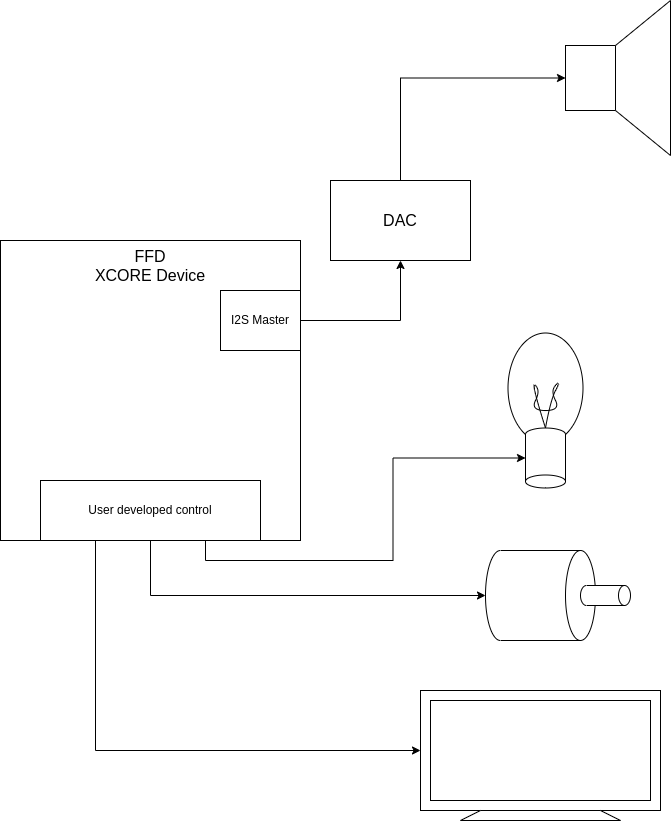
This is doc/programming_guide/ffd/diagrams/ffd_direct_control_diagram.drawio.png from xmos/sln_voice, a draw.io export, as it was before one commit. Source tidied: cells renumbered, new cells last; positions are measured from the earlier drawing's top-left corner, leaving out a move shared by most shapes. Source of this version:
```xml
<mxGraphModel>
  <root>
    <mxCell id="0" />
    <mxCell id="1" parent="0" />
    <mxCell id="2" style="ellipse;whiteSpace=wrap;html=1;rotation=90;" parent="1" vertex="1">
      <mxGeometry x="490" y="305" width="110" height="75" as="geometry" />
    </mxCell>
    <mxCell id="3" value="FFD&lt;br&gt;XCORE Device" style="whiteSpace=wrap;html=1;verticalAlign=top;fontSize=16;" parent="1" vertex="1">
      <mxGeometry y="195" width="300" height="300" as="geometry" />
    </mxCell>
    <mxCell id="4" style="edgeStyle=orthogonalEdgeStyle;rounded=0;jettySize=auto;html=1;exitX=0.5;exitY=0;exitDx=0;exitDy=0;entryX=0;entryY=0.5;entryDx=0;entryDy=0;fontSize=16;" parent="1" edge="1" source="5" target="6">
      <mxGeometry relative="1" as="geometry" />
    </mxCell>
    <mxCell id="5" value="DAC" style="rounded=0;whiteSpace=wrap;html=1;fontSize=16;" parent="1" vertex="1">
      <mxGeometry x="330" y="135" width="140" height="80" as="geometry" />
    </mxCell>
    <mxCell id="6" style="rounded=0;whiteSpace=wrap;html=1;fontSize=16;" parent="1" vertex="1">
      <mxGeometry x="565" width="50" height="65" as="geometry" />
    </mxCell>
    <mxCell id="7" style="shape=trapezoid;perimeter=trapezoidPerimeter;whiteSpace=wrap;html=1;fixedSize=1;fontSize=16;rotation=-90;size=45;" parent="1" vertex="1">
      <mxGeometry x="565" y="5" width="155" height="55" as="geometry" />
    </mxCell>
    <mxCell id="8" style="edgeStyle=orthogonalEdgeStyle;rounded=0;jettySize=auto;html=1;exitX=1;exitY=0.5;exitDx=0;exitDy=0;entryX=0.5;entryY=1;entryDx=0;entryDy=0;" parent="1" edge="1" source="9" target="5">
      <mxGeometry relative="1" as="geometry" />
    </mxCell>
    <mxCell id="9" value="I2S Master" style="rounded=0;whiteSpace=wrap;html=1;" parent="1" vertex="1">
      <mxGeometry x="220" y="245" width="80" height="60" as="geometry" />
    </mxCell>
    <mxCell id="10" style="edgeStyle=orthogonalEdgeStyle;rounded=0;jettySize=auto;html=1;exitX=0.75;exitY=1;exitDx=0;exitDy=0;entryX=1;entryY=0.5;entryDx=0;entryDy=0;entryPerimeter=0;endArrow=classic;endFill=1;strokeWidth=1;startArrow=none;startFill=0;" parent="1" edge="1" source="13" target="16">
      <mxGeometry relative="1" as="geometry" />
    </mxCell>
    <mxCell id="11" style="edgeStyle=orthogonalEdgeStyle;rounded=0;jettySize=auto;html=1;exitX=0.5;exitY=1;exitDx=0;exitDy=0;entryX=0.5;entryY=1;entryDx=0;entryDy=0;entryPerimeter=0;startArrow=none;startFill=0;endArrow=classic;endFill=1;strokeWidth=1;" parent="1" edge="1" source="13" target="14">
      <mxGeometry relative="1" as="geometry" />
    </mxCell>
    <mxCell id="12" style="edgeStyle=orthogonalEdgeStyle;rounded=0;jettySize=auto;html=1;exitX=0.25;exitY=1;exitDx=0;exitDy=0;entryX=0;entryY=0.5;entryDx=0;entryDy=0;startArrow=none;startFill=0;endArrow=classic;endFill=1;strokeWidth=1;" parent="1" edge="1" source="13" target="18">
      <mxGeometry relative="1" as="geometry" />
    </mxCell>
    <mxCell id="13" value="User developed control" style="rounded=0;whiteSpace=wrap;html=1;" parent="1" vertex="1">
      <mxGeometry x="40" y="435" width="220" height="60" as="geometry" />
    </mxCell>
    <mxCell id="14" style="shape=cylinder3;whiteSpace=wrap;html=1;boundedLbl=1;backgroundOutline=1;size=15;rotation=90;" parent="1" vertex="1">
      <mxGeometry x="495" y="495" width="90" height="110" as="geometry" />
    </mxCell>
    <mxCell id="15" style="shape=cylinder3;whiteSpace=wrap;html=1;boundedLbl=1;backgroundOutline=1;size=6;rotation=90;" parent="1" vertex="1">
      <mxGeometry x="595" y="525" width="20" height="50" as="geometry" />
    </mxCell>
    <mxCell id="16" style="shape=cylinder3;whiteSpace=wrap;html=1;boundedLbl=1;backgroundOutline=1;size=6.5;rotation=-180;" parent="1" vertex="1">
      <mxGeometry x="525" y="382.5" width="40" height="60" as="geometry" />
    </mxCell>
    <mxCell id="17" style="curved=1;endArrow=none;html=1;rounded=0;exitX=0.5;exitY=1;exitDx=0;exitDy=0;exitPerimeter=0;entryX=0.5;entryY=1;entryDx=0;entryDy=0;entryPerimeter=0;endFill=0;" parent="1" edge="1" source="16" target="16">
      <mxGeometry relative="1" as="geometry">
        <Array as="points">
          <mxPoint x="530" y="335" />
          <mxPoint x="540" y="345" />
          <mxPoint x="530" y="365" />
          <mxPoint x="560" y="365" />
          <mxPoint x="550" y="345" />
          <mxPoint x="560" y="335" />
          <mxPoint x="550" y="355" />
        </Array>
      </mxGeometry>
    </mxCell>
    <mxCell id="18" style="rounded=0;whiteSpace=wrap;html=1;" parent="1" vertex="1">
      <mxGeometry x="420" y="645" width="240" height="120" as="geometry" />
    </mxCell>
    <mxCell id="19" style="rounded=0;whiteSpace=wrap;html=1;" parent="1" vertex="1">
      <mxGeometry x="430" y="655" width="220" height="100" as="geometry" />
    </mxCell>
    <mxCell id="20" style="shape=trapezoid;perimeter=trapezoidPerimeter;whiteSpace=wrap;html=1;fixedSize=1;fontSize=16;rotation=0;size=20;" parent="1" vertex="1">
      <mxGeometry x="460" y="765" width="160" height="10" as="geometry" />
    </mxCell>
  </root>
</mxGraphModel>
```
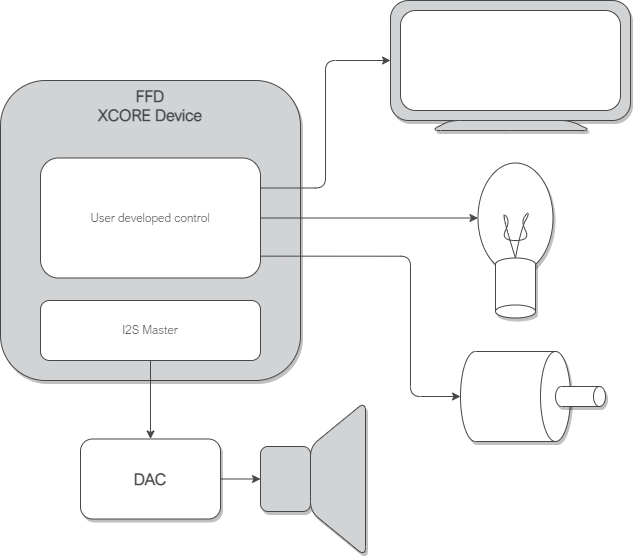
Above is the later version.

Commit message:
Updated other FFD diagrams

Diff of the diagram source:
```diff
@@ -1,73 +1,78 @@
-<mxGraphModel>
+<mxGraphModel background="#ffffff">
   <root>
     <mxCell id="0" />
     <mxCell id="1" parent="0" />
-    <mxCell id="2" style="ellipse;whiteSpace=wrap;html=1;rotation=90;" parent="1" vertex="1">
-      <mxGeometry x="490" y="305" width="110" height="75" as="geometry" />
+    <mxCell id="2" style="ellipse;whiteSpace=wrap;html=1;rotation=90;labelBackgroundColor=none;fillColor=#FFFFFF;strokeColor=#464749;fontColor=#464749;rounded=1;shadow=1;fontFamily=Arial Nova Light;" parent="1" vertex="1">
+      <mxGeometry x="460" y="295" width="110" height="75" as="geometry" />
     </mxCell>
-    <mxCell id="3" value="FFD&lt;br&gt;XCORE Device" style="whiteSpace=wrap;html=1;verticalAlign=top;fontSize=16;" parent="1" vertex="1">
+    <mxCell id="3" value="FFD&lt;br&gt;XCORE Device" style="whiteSpace=wrap;html=1;verticalAlign=top;fontSize=16;labelBackgroundColor=none;fillColor=#D1D3D4;strokeColor=#464749;fontColor=#464749;rounded=1;glass=0;shadow=1;fontFamily=Arial Nova Light;fontStyle=1;" parent="1" vertex="1">
       <mxGeometry y="195" width="300" height="300" as="geometry" />
     </mxCell>
-    <mxCell id="4" style="edgeStyle=orthogonalEdgeStyle;rounded=0;jettySize=auto;html=1;exitX=0.5;exitY=0;exitDx=0;exitDy=0;entryX=0;entryY=0.5;entryDx=0;entryDy=0;fontSize=16;" parent="1" edge="1" source="5" target="6">
+    <mxCell id="4" style="edgeStyle=orthogonalEdgeStyle;rounded=1;jettySize=auto;html=1;exitX=1;exitY=0.5;exitDx=0;exitDy=0;entryX=0;entryY=0.5;entryDx=0;entryDy=0;fontSize=16;labelBackgroundColor=none;strokeColor=#464749;fontColor=default;fontFamily=Arial Nova Light;" parent="1" edge="1" source="5" target="6">
       <mxGeometry relative="1" as="geometry" />
     </mxCell>
-    <mxCell id="5" value="DAC" style="rounded=0;whiteSpace=wrap;html=1;fontSize=16;" parent="1" vertex="1">
-      <mxGeometry x="330" y="135" width="140" height="80" as="geometry" />
+    <mxCell id="5" value="DAC" style="rounded=1;whiteSpace=wrap;html=1;fontSize=16;labelBackgroundColor=none;fillColor=#FFFFFF;strokeColor=#464749;fontColor=#464749;rotation=0;shadow=1;fontFamily=Arial Nova Light;fontStyle=1;" parent="1" vertex="1">
+      <mxGeometry x="80" y="553.5" width="140" height="80" as="geometry" />
     </mxCell>
-    <mxCell id="6" style="rounded=0;whiteSpace=wrap;html=1;fontSize=16;" parent="1" vertex="1">
-      <mxGeometry x="565" width="50" height="65" as="geometry" />
+    <mxCell id="6" style="rounded=1;whiteSpace=wrap;html=1;fontSize=16;labelBackgroundColor=none;fillColor=#D1D3D4;strokeColor=#464749;fontColor=#464749;shadow=1;fontFamily=Arial Nova Light;" parent="1" vertex="1">
+      <mxGeometry x="260" y="561" width="50" height="65" as="geometry" />
     </mxCell>
-    <mxCell id="7" style="shape=trapezoid;perimeter=trapezoidPerimeter;whiteSpace=wrap;html=1;fixedSize=1;fontSize=16;rotation=-90;size=45;" parent="1" vertex="1">
-      <mxGeometry x="565" y="5" width="155" height="55" as="geometry" />
+    <mxCell id="7" style="shape=trapezoid;perimeter=trapezoidPerimeter;whiteSpace=wrap;html=1;fixedSize=1;fontSize=16;rotation=-90;size=45;labelBackgroundColor=none;fillColor=#D1D3D4;strokeColor=#464749;fontColor=#464749;rounded=1;shadow=1;fontFamily=Arial Nova Light;" parent="1" vertex="1">
+      <mxGeometry x="260" y="566" width="155" height="55" as="geometry" />
     </mxCell>
-    <mxCell id="8" style="edgeStyle=orthogonalEdgeStyle;rounded=0;jettySize=auto;html=1;exitX=1;exitY=0.5;exitDx=0;exitDy=0;entryX=0.5;entryY=1;entryDx=0;entryDy=0;" parent="1" edge="1" source="9" target="5">
+    <mxCell id="8" style="edgeStyle=orthogonalEdgeStyle;rounded=1;jettySize=auto;html=1;exitX=0.5;exitY=1;exitDx=0;exitDy=0;labelBackgroundColor=none;strokeColor=#464749;fontColor=default;fontFamily=Arial Nova Light;" parent="1" edge="1" source="9" target="5">
       <mxGeometry relative="1" as="geometry" />
     </mxCell>
-    <mxCell id="9" value="I2S Master" style="rounded=0;whiteSpace=wrap;html=1;" parent="1" vertex="1">
-      <mxGeometry x="220" y="245" width="80" height="60" as="geometry" />
+    <mxCell id="9" value="I2S Master" style="rounded=1;whiteSpace=wrap;html=1;labelBackgroundColor=none;fillColor=#FFFFFF;strokeColor=#464749;fontColor=#464749;fontFamily=Arial Nova Light;" parent="1" vertex="1">
+      <mxGeometry x="40" y="415" width="220" height="60" as="geometry" />
     </mxCell>
-    <mxCell id="10" style="edgeStyle=orthogonalEdgeStyle;rounded=0;jettySize=auto;html=1;exitX=0.75;exitY=1;exitDx=0;exitDy=0;entryX=1;entryY=0.5;entryDx=0;entryDy=0;entryPerimeter=0;endArrow=classic;endFill=1;strokeWidth=1;startArrow=none;startFill=0;" parent="1" edge="1" source="13" target="16">
-      <mxGeometry relative="1" as="geometry" />
+    <mxCell id="10" style="edgeStyle=orthogonalEdgeStyle;rounded=1;jettySize=auto;html=1;exitX=0.995;exitY=0.818;exitDx=0;exitDy=0;entryX=0.5;entryY=1;entryDx=0;entryDy=0;endArrow=classic;endFill=1;strokeWidth=1;startArrow=none;startFill=0;labelBackgroundColor=none;strokeColor=#464749;fontColor=default;exitPerimeter=0;entryPerimeter=0;fontFamily=Arial Nova Light;" parent="1" edge="1" source="13" target="14">
+      <mxGeometry relative="1" as="geometry">
+        <Array as="points">
+          <mxPoint x="410" y="371" />
+          <mxPoint x="410" y="511" />
+        </Array>
+      </mxGeometry>
     </mxCell>
-    <mxCell id="11" style="edgeStyle=orthogonalEdgeStyle;rounded=0;jettySize=auto;html=1;exitX=0.5;exitY=1;exitDx=0;exitDy=0;entryX=0.5;entryY=1;entryDx=0;entryDy=0;entryPerimeter=0;startArrow=none;startFill=0;endArrow=classic;endFill=1;strokeWidth=1;" parent="1" edge="1" source="13" target="14">
+    <mxCell id="11" style="edgeStyle=orthogonalEdgeStyle;rounded=1;jettySize=auto;html=1;exitX=1;exitY=0.5;exitDx=0;exitDy=0;entryX=0.5;entryY=1;entryDx=0;entryDy=0;startArrow=none;startFill=0;endArrow=classic;endFill=1;strokeWidth=1;labelBackgroundColor=none;strokeColor=#464749;fontColor=default;fontFamily=Arial Nova Light;" parent="1" edge="1" source="13" target="2">
       <mxGeometry relative="1" as="geometry" />
     </mxCell>
-    <mxCell id="12" style="edgeStyle=orthogonalEdgeStyle;rounded=0;jettySize=auto;html=1;exitX=0.25;exitY=1;exitDx=0;exitDy=0;entryX=0;entryY=0.5;entryDx=0;entryDy=0;startArrow=none;startFill=0;endArrow=classic;endFill=1;strokeWidth=1;" parent="1" edge="1" source="13" target="18">
+    <mxCell id="12" style="edgeStyle=orthogonalEdgeStyle;rounded=1;jettySize=auto;html=1;exitX=1;exitY=0.25;exitDx=0;exitDy=0;entryX=0;entryY=0.5;entryDx=0;entryDy=0;startArrow=none;startFill=0;endArrow=classic;endFill=1;strokeWidth=1;labelBackgroundColor=none;strokeColor=#464749;fontColor=default;fontFamily=Arial Nova Light;" parent="1" edge="1" source="13" target="18">
       <mxGeometry relative="1" as="geometry" />
     </mxCell>
-    <mxCell id="13" value="User developed control" style="rounded=0;whiteSpace=wrap;html=1;" parent="1" vertex="1">
-      <mxGeometry x="40" y="435" width="220" height="60" as="geometry" />
+    <mxCell id="13" value="User developed control" style="rounded=1;whiteSpace=wrap;html=1;labelBackgroundColor=none;fillColor=#FFFFFF;strokeColor=#464749;fontColor=#464749;rotation=0;fontFamily=Arial Nova Light;" parent="1" vertex="1">
+      <mxGeometry x="40" y="272.5" width="220" height="120" as="geometry" />
     </mxCell>
-    <mxCell id="14" style="shape=cylinder3;whiteSpace=wrap;html=1;boundedLbl=1;backgroundOutline=1;size=15;rotation=90;" parent="1" vertex="1">
-      <mxGeometry x="495" y="495" width="90" height="110" as="geometry" />
+    <mxCell id="14" style="shape=cylinder3;whiteSpace=wrap;html=1;boundedLbl=1;backgroundOutline=1;size=15;rotation=90;labelBackgroundColor=none;fillColor=#FFFFFF;strokeColor=#464749;fontColor=#464749;rounded=1;shadow=1;fontFamily=Arial Nova Light;" parent="1" vertex="1">
+      <mxGeometry x="470" y="456" width="90" height="110" as="geometry" />
     </mxCell>
-    <mxCell id="15" style="shape=cylinder3;whiteSpace=wrap;html=1;boundedLbl=1;backgroundOutline=1;size=6;rotation=90;" parent="1" vertex="1">
-      <mxGeometry x="595" y="525" width="20" height="50" as="geometry" />
+    <mxCell id="15" style="shape=cylinder3;whiteSpace=wrap;html=1;boundedLbl=1;backgroundOutline=1;size=6;rotation=90;labelBackgroundColor=none;fillColor=#FFFFFF;strokeColor=#464749;fontColor=#464749;rounded=1;shadow=1;fontFamily=Arial Nova Light;" parent="1" vertex="1">
+      <mxGeometry x="570" y="486" width="20" height="50" as="geometry" />
     </mxCell>
-    <mxCell id="16" style="shape=cylinder3;whiteSpace=wrap;html=1;boundedLbl=1;backgroundOutline=1;size=6.5;rotation=-180;" parent="1" vertex="1">
-      <mxGeometry x="525" y="382.5" width="40" height="60" as="geometry" />
+    <mxCell id="16" style="shape=cylinder3;whiteSpace=wrap;html=1;boundedLbl=1;backgroundOutline=1;size=6.5;rotation=-180;labelBackgroundColor=none;fillColor=#FFFFFF;strokeColor=#464749;fontColor=#464749;rounded=1;shadow=1;fontFamily=Arial Nova Light;" parent="1" vertex="1">
+      <mxGeometry x="495" y="372.5" width="40" height="60" as="geometry" />
     </mxCell>
-    <mxCell id="17" style="curved=1;endArrow=none;html=1;rounded=0;exitX=0.5;exitY=1;exitDx=0;exitDy=0;exitPerimeter=0;entryX=0.5;entryY=1;entryDx=0;entryDy=0;entryPerimeter=0;endFill=0;" parent="1" edge="1" source="16" target="16">
+    <mxCell id="17" style="curved=1;endArrow=none;html=1;rounded=1;exitX=0.5;exitY=1;exitDx=0;exitDy=0;exitPerimeter=0;entryX=0.5;entryY=1;entryDx=0;entryDy=0;entryPerimeter=0;endFill=0;labelBackgroundColor=none;strokeColor=#464749;fontColor=default;shadow=0;fontFamily=Arial Nova Light;" parent="1" edge="1" source="16" target="16">
       <mxGeometry relative="1" as="geometry">
         <Array as="points">
-          <mxPoint x="530" y="335" />
-          <mxPoint x="540" y="345" />
-          <mxPoint x="530" y="365" />
-          <mxPoint x="560" y="365" />
-          <mxPoint x="550" y="345" />
-          <mxPoint x="560" y="335" />
-          <mxPoint x="550" y="355" />
+          <mxPoint x="500" y="325" />
+          <mxPoint x="510" y="335" />
+          <mxPoint x="500" y="355" />
+          <mxPoint x="530" y="355" />
+          <mxPoint x="520" y="335" />
+          <mxPoint x="530" y="325" />
+          <mxPoint x="520" y="345" />
         </Array>
       </mxGeometry>
     </mxCell>
-    <mxCell id="18" style="rounded=0;whiteSpace=wrap;html=1;" parent="1" vertex="1">
-      <mxGeometry x="420" y="645" width="240" height="120" as="geometry" />
+    <mxCell id="18" style="rounded=1;whiteSpace=wrap;html=1;labelBackgroundColor=none;fillColor=#D1D3D4;strokeColor=#464749;fontColor=#464749;shadow=1;fontFamily=Arial Nova Light;" parent="1" vertex="1">
+      <mxGeometry x="390" y="115" width="240" height="120" as="geometry" />
     </mxCell>
-    <mxCell id="19" style="rounded=0;whiteSpace=wrap;html=1;" parent="1" vertex="1">
-      <mxGeometry x="430" y="655" width="220" height="100" as="geometry" />
+    <mxCell id="19" style="rounded=1;whiteSpace=wrap;html=1;labelBackgroundColor=none;fillColor=#FFFFFF;strokeColor=#464749;fontColor=#464749;shadow=0;fontFamily=Arial Nova Light;" parent="1" vertex="1">
+      <mxGeometry x="400" y="125" width="220" height="100" as="geometry" />
     </mxCell>
-    <mxCell id="20" style="shape=trapezoid;perimeter=trapezoidPerimeter;whiteSpace=wrap;html=1;fixedSize=1;fontSize=16;rotation=0;size=20;" parent="1" vertex="1">
-      <mxGeometry x="460" y="765" width="160" height="10" as="geometry" />
+    <mxCell id="20" style="shape=trapezoid;perimeter=trapezoidPerimeter;whiteSpace=wrap;html=1;fixedSize=1;fontSize=16;rotation=0;size=20;labelBackgroundColor=none;fillColor=#D1D3D4;strokeColor=#464749;fontColor=#464749;rounded=1;shadow=1;fontFamily=Arial Nova Light;" parent="1" vertex="1">
+      <mxGeometry x="430" y="235" width="160" height="10" as="geometry" />
     </mxCell>
   </root>
 </mxGraphModel>
```
